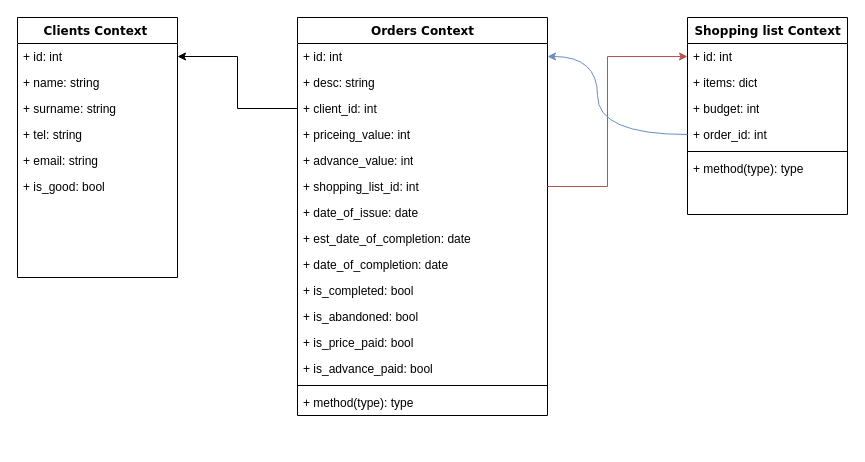
Earlier version of the draw.io diagram stolarz.drawio (mateusz-kifner/stolarz). Source tidied: cells renumbered, new cells numbered last; positions are measured from the earlier drawing's top-left corner, leaving out a move shared by most shapes. Both pictures are drawn from the tidied source at 100%, with x=0, y=0 at pixel (17, 17).
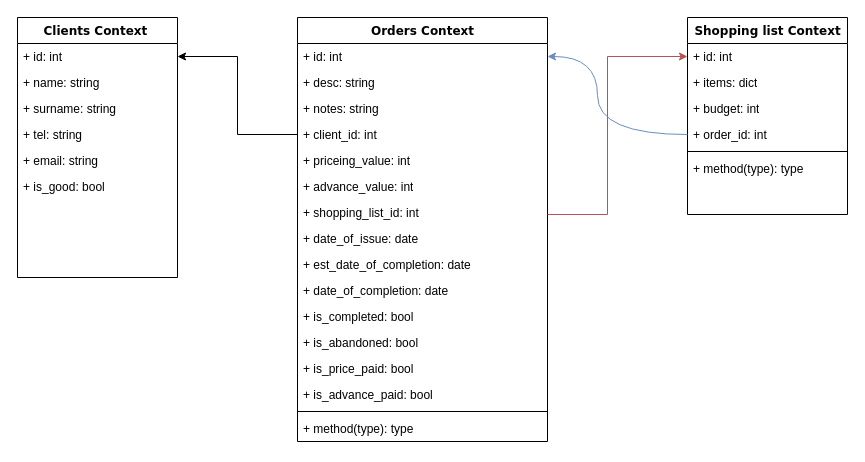
Above is the later version.

Unchanged cells that the change refers to:
```xml
<mxCell id="28" value="+ id: int" style="text;html=1;strokeColor=none;fillColor=none;align=left;verticalAlign=top;spacingLeft=4;spacingRight=4;whiteSpace=wrap;overflow=hidden;points=[[0,0.5],[1,0.5]];portConstraint=eastwest;" parent="27" vertex="1">
  <mxGeometry y="26" width="160" height="26" as="geometry" />
</mxCell>
```

Diff of the diagram source:
```diff
@@
     <mxCell id="9" value="Orders Context" style="swimlane;html=1;fontStyle=1;align=center;verticalAlign=top;horizontal=1;startSize=26;swimlaneFillColor=#ffffff;rounded=0;shadow=0;comic=0;labelBackgroundColor=none;strokeWidth=1;fillColor=none;fontFamily=Verdana;fontSize=12;" parent="1" vertex="1">
-      <mxGeometry x="280" width="250" height="398" as="geometry" />
+      <mxGeometry x="280" width="250" height="424" as="geometry" />
     </mxCell>
@@
+    <mxCell id="35" value="+ notes: string" style="text;html=1;strokeColor=none;fillColor=none;align=left;verticalAlign=top;spacingLeft=4;spacingRight=4;whiteSpace=wrap;overflow=hidden;" parent="9" vertex="1">
+      <mxGeometry y="78" width="250" height="26" as="geometry" />
+    </mxCell>
     <mxCell id="12" value="+ client_id: int" style="text;html=1;strokeColor=none;fillColor=none;align=left;verticalAlign=top;spacingLeft=4;spacingRight=4;whiteSpace=wrap;overflow=hidden;points=[[0,0.5],[1,0.5]];portConstraint=eastwest;" parent="9" vertex="1">
-      <mxGeometry y="78" width="250" height="26" as="geometry" />
+      <mxGeometry y="104" width="250" height="26" as="geometry" />
     </mxCell>
     <mxCell id="13" value="+ priceing_value: int" style="text;html=1;strokeColor=none;fillColor=none;align=left;verticalAlign=top;spacingLeft=4;spacingRight=4;whiteSpace=wrap;overflow=hidden;" parent="9" vertex="1">
-      <mxGeometry y="104" width="250" height="26" as="geometry" />
+      <mxGeometry y="130" width="250" height="26" as="geometry" />
     </mxCell>
     <mxCell id="14" value="+ advance_value: int" style="text;html=1;strokeColor=none;fillColor=none;align=left;verticalAlign=top;spacingLeft=4;spacingRight=4;whiteSpace=wrap;overflow=hidden;" parent="9" vertex="1">
-      <mxGeometry y="130" width="250" height="26" as="geometry" />
+      <mxGeometry y="156" width="250" height="26" as="geometry" />
     </mxCell>
     <mxCell id="15" value="+ shopping_list_id: int" style="text;html=1;strokeColor=none;fillColor=none;align=left;verticalAlign=top;spacingLeft=4;spacingRight=4;whiteSpace=wrap;overflow=hidden;points=[[0,0.5],[1,0.5]];portConstraint=eastwest;" parent="9" vertex="1">
-      <mxGeometry y="156" width="250" height="26" as="geometry" />
+      <mxGeometry y="182" width="250" height="26" as="geometry" />
     </mxCell>
     <mxCell id="16" value="+ date_of_issue: date" style="text;html=1;strokeColor=none;fillColor=none;align=left;verticalAlign=top;spacingLeft=4;spacingRight=4;whiteSpace=wrap;overflow=hidden;" parent="9" vertex="1">
-      <mxGeometry y="182" width="250" height="26" as="geometry" />
+      <mxGeometry y="208" width="250" height="26" as="geometry" />
     </mxCell>
     <mxCell id="17" value="+ est_date_of_completion: date" style="text;html=1;strokeColor=none;fillColor=none;align=left;verticalAlign=top;spacingLeft=4;spacingRight=4;whiteSpace=wrap;overflow=hidden;" parent="9" vertex="1">
-      <mxGeometry y="208" width="250" height="26" as="geometry" />
+      <mxGeometry y="234" width="250" height="26" as="geometry" />
     </mxCell>
     <mxCell id="18" value="+ date_of_completion: date" style="text;html=1;strokeColor=none;fillColor=none;align=left;verticalAlign=top;spacingLeft=4;spacingRight=4;whiteSpace=wrap;overflow=hidden;" parent="9" vertex="1">
-      <mxGeometry y="234" width="250" height="26" as="geometry" />
+      <mxGeometry y="260" width="250" height="26" as="geometry" />
     </mxCell>
     <mxCell id="19" value="+ is_completed: bool" style="text;html=1;strokeColor=none;fillColor=none;align=left;verticalAlign=top;spacingLeft=4;spacingRight=4;whiteSpace=wrap;overflow=hidden;" parent="9" vertex="1">
-      <mxGeometry y="260" width="250" height="26" as="geometry" />
+      <mxGeometry y="286" width="250" height="26" as="geometry" />
     </mxCell>
     <mxCell id="20" value="+ is_abandoned: bool" style="text;html=1;strokeColor=none;fillColor=none;align=left;verticalAlign=top;spacingLeft=4;spacingRight=4;whiteSpace=wrap;overflow=hidden;" parent="9" vertex="1">
-      <mxGeometry y="286" width="250" height="26" as="geometry" />
+      <mxGeometry y="312" width="250" height="26" as="geometry" />
     </mxCell>
     <mxCell id="21" value="+ is_price_paid: bool" style="text;html=1;strokeColor=none;fillColor=none;align=left;verticalAlign=top;spacingLeft=4;spacingRight=4;whiteSpace=wrap;overflow=hidden;" parent="9" vertex="1">
-      <mxGeometry y="312" width="250" height="26" as="geometry" />
+      <mxGeometry y="338" width="250" height="26" as="geometry" />
     </mxCell>
     <mxCell id="22" value="+ is_advance_paid: bool" style="text;html=1;strokeColor=none;fillColor=none;align=left;verticalAlign=top;spacingLeft=4;spacingRight=4;whiteSpace=wrap;overflow=hidden;" parent="9" vertex="1">
-      <mxGeometry y="338" width="250" height="26" as="geometry" />
+      <mxGeometry y="364" width="250" height="26" as="geometry" />
     </mxCell>
     <mxCell id="23" style="line;html=1;strokeWidth=1;fillColor=none;align=left;verticalAlign=middle;spacingTop=-1;spacingLeft=3;spacingRight=3;labelPosition=right;" parent="9" vertex="1">
-      <mxGeometry y="364" width="250" height="8" as="geometry" />
+      <mxGeometry y="390" width="250" height="8" as="geometry" />
     </mxCell>
     <mxCell id="24" value="+ method(type): type" style="text;html=1;strokeColor=none;fillColor=none;align=left;verticalAlign=top;spacingLeft=4;spacingRight=4;whiteSpace=wrap;overflow=hidden;" parent="9" vertex="1">
-      <mxGeometry y="372" width="250" height="26" as="geometry" />
+      <mxGeometry y="398" width="250" height="26" as="geometry" />
     </mxCell>
-    <mxCell id="25" style="edgeStyle=orthogonalEdgeStyle;rounded=0;jettySize=auto;html=1;fillColor=#f8cecc;strokeColor=#b85450;" parent="1" edge="1" source="15" target="28">
+    <mxCell id="25" style="edgeStyle=orthogonalEdgeStyle;rounded=0;jettySize=auto;html=1;fillColor=#f8cecc;strokeColor=#b85450;" parent="1" edge="1" target="28">
       <mxGeometry relative="1" as="geometry">
+        <mxPoint x="530" y="197" as="sourcePoint" />
         <Array as="points">
-          <mxPoint x="590" y="169" />
+          <mxPoint x="530" y="197" />
+          <mxPoint x="590" y="197" />
           <mxPoint x="590" y="39" />
         </Array>
       </mxGeometry>
     </mxCell>
```
